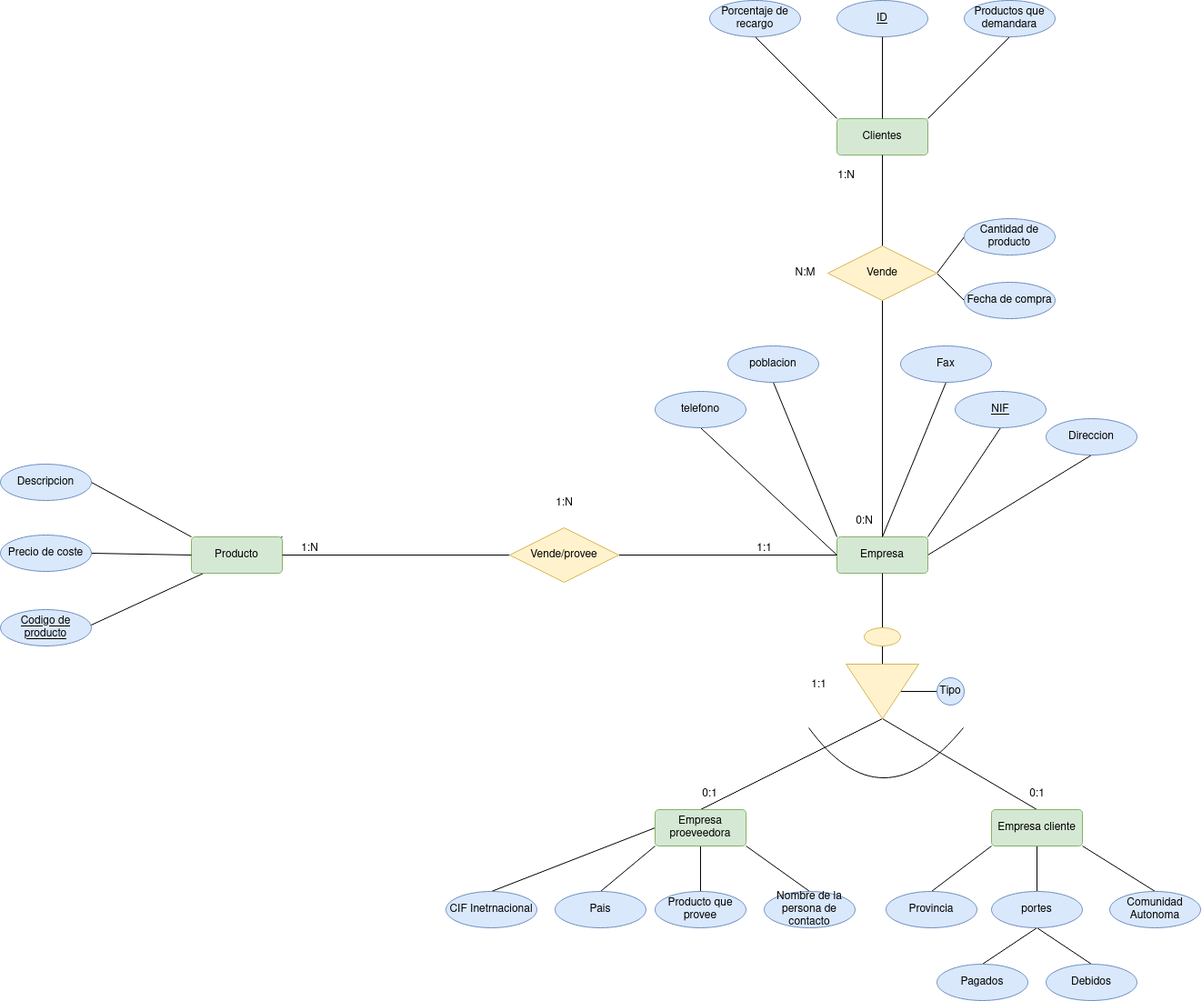
The draw.io diagram Unidad-1/Tareas/Tarea-evaluable-4/tarea-evaluable-4.drawio.png in DavidRiccio/base-datos, before a commit. Source tidied: cells renumbered, new cells last; positions are measured from the earlier drawing's top-left corner, leaving out a move shared by most shapes.
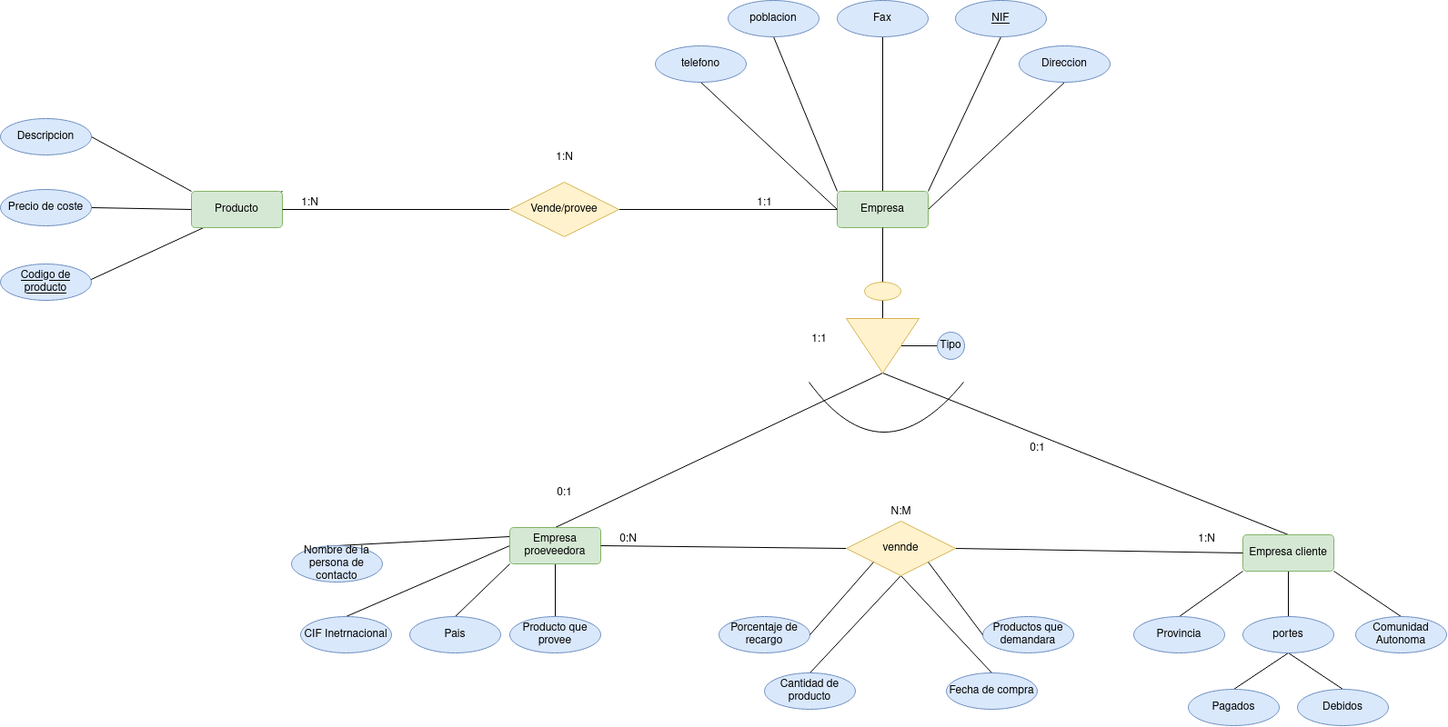
After the change.

What changed in the source:
```diff
@@ -39,22 +39,25 @@
       <mxGeometry relative="1" as="geometry" />
     </mxCell>
     <mxCell id="14" value="Empresa cliente" style="rounded=1;arcSize=10;whiteSpace=wrap;html=1;align=center;fillColor=#d5e8d4;strokeColor=#82b366;" parent="1" vertex="1">
-      <mxGeometry x="1090" y="890" width="100" height="40" as="geometry" />
+      <mxGeometry x="1366" y="968" width="100" height="40" as="geometry" />
     </mxCell>
     <mxCell id="15" style="rounded=0;jettySize=auto;html=1;exitX=0;exitY=0.5;exitDx=0;exitDy=0;entryX=0.5;entryY=0;entryDx=0;entryDy=0;endArrow=none;endFill=0;" parent="1" edge="1" source="19" target="34">
       <mxGeometry relative="1" as="geometry" />
     </mxCell>
-    <mxCell id="16" style="rounded=0;jettySize=auto;html=1;exitX=1;exitY=1;exitDx=0;exitDy=0;entryX=0.5;entryY=0;entryDx=0;entryDy=0;endArrow=none;endFill=0;" parent="1" edge="1" source="19" target="35">
+    <mxCell id="16" style="rounded=0;jettySize=auto;html=1;exitX=0;exitY=0.25;exitDx=0;exitDy=0;entryX=0.5;entryY=0;entryDx=0;entryDy=0;endArrow=none;endFill=0;" parent="1" edge="1" source="19" target="35">
       <mxGeometry relative="1" as="geometry" />
     </mxCell>
     <mxCell id="17" style="rounded=0;jettySize=auto;html=1;exitX=0;exitY=1;exitDx=0;exitDy=0;entryX=0.5;entryY=0;entryDx=0;entryDy=0;fillColor=#dae8fc;strokeColor=#000000;endArrow=none;endFill=0;" parent="1" edge="1" source="19" target="59">
       <mxGeometry relative="1" as="geometry" />
     </mxCell>
-    <mxCell id="18" style="edgeStyle=orthogonalEdgeStyle;rounded=0;jettySize=auto;html=1;exitX=0.5;exitY=1;exitDx=0;exitDy=0;entryX=0.5;entryY=0;entryDx=0;entryDy=0;endArrow=none;endFill=0;" parent="1" edge="1" source="19" target="60">
+    <mxCell id="18" style="rounded=0;jettySize=auto;html=1;exitX=0.5;exitY=1;exitDx=0;exitDy=0;entryX=0.5;entryY=0;entryDx=0;entryDy=0;endArrow=none;endFill=0;" parent="1" edge="1" source="19" target="60">
       <mxGeometry relative="1" as="geometry" />
     </mxCell>
+    <mxCell id="74" style="rounded=0;jettySize=auto;html=1;exitX=1;exitY=0.5;exitDx=0;exitDy=0;entryX=0;entryY=0.5;entryDx=0;entryDy=0;endArrow=none;endFill=0;" parent="1" edge="1" source="76" target="14">
+      <mxGeometry relative="1" as="geometry" />
+    </mxCell>
     <mxCell id="19" value="Empresa proeveedora" style="rounded=1;arcSize=10;whiteSpace=wrap;html=1;align=center;fillColor=#d5e8d4;strokeColor=#82b366;" parent="1" vertex="1">
-      <mxGeometry x="720" y="890" width="100" height="40" as="geometry" />
+      <mxGeometry x="560" y="960" width="100" height="40" as="geometry" />
     </mxCell>
     <mxCell id="20" style="edgeStyle=orthogonalEdgeStyle;rounded=0;jettySize=auto;html=1;endArrow=none;endFill=0;" parent="1" edge="1" source="21">
       <mxGeometry relative="1" as="geometry">
@@ -68,10 +71,10 @@
       <mxGeometry x="1030" y="745" width="30" height="30" as="geometry" />
     </mxCell>
     <mxCell id="23" value="NIF" style="ellipse;whiteSpace=wrap;html=1;align=center;fontStyle=4;fillColor=#dae8fc;strokeColor=#6c8ebf;" parent="1" vertex="1">
-      <mxGeometry x="1050" y="430" width="100" height="40" as="geometry" />
+      <mxGeometry x="1050" y="380" width="100" height="40" as="geometry" />
     </mxCell>
     <mxCell id="24" value="Direccion" style="ellipse;whiteSpace=wrap;html=1;align=center;fillColor=#dae8fc;strokeColor=#6c8ebf;" parent="1" vertex="1">
-      <mxGeometry x="1150" y="460" width="100" height="40" as="geometry" />
+      <mxGeometry x="1120" y="430" width="100" height="40" as="geometry" />
     </mxCell>
     <mxCell id="25" value="poblacion" style="ellipse;whiteSpace=wrap;html=1;align=center;fillColor=#dae8fc;strokeColor=#6c8ebf;" parent="1" vertex="1">
       <mxGeometry x="800" y="380" width="100" height="40" as="geometry" />
@@ -80,10 +83,10 @@
       <mxGeometry x="720" y="430" width="100" height="40" as="geometry" />
     </mxCell>
     <mxCell id="27" value="Comunidad Autonoma" style="ellipse;whiteSpace=wrap;html=1;align=center;fillColor=#dae8fc;strokeColor=#6c8ebf;" parent="1" vertex="1">
-      <mxGeometry x="1220" y="980" width="100" height="40" as="geometry" />
+      <mxGeometry x="1490" y="1058" width="100" height="40" as="geometry" />
     </mxCell>
     <mxCell id="28" value="Provincia" style="ellipse;whiteSpace=wrap;html=1;align=center;fillColor=#dae8fc;strokeColor=#6c8ebf;" parent="1" vertex="1">
-      <mxGeometry x="974" y="980" width="100" height="40" as="geometry" />
+      <mxGeometry x="1246" y="1058" width="100" height="40" as="geometry" />
     </mxCell>
     <mxCell id="29" style="rounded=0;jettySize=auto;html=1;exitX=0.5;exitY=1;exitDx=0;exitDy=0;entryX=0.5;entryY=0;entryDx=0;entryDy=0;fillColor=#dae8fc;strokeColor=#000000;endArrow=none;endFill=0;" parent="1" edge="1" source="31" target="33">
       <mxGeometry relative="1" as="geometry" />
@@ -92,19 +95,19 @@
       <mxGeometry relative="1" as="geometry" />
     </mxCell>
     <mxCell id="31" value="portes" style="ellipse;whiteSpace=wrap;html=1;align=center;fillColor=#dae8fc;strokeColor=#6c8ebf;" parent="1" vertex="1">
-      <mxGeometry x="1090" y="980" width="100" height="40" as="geometry" />
+      <mxGeometry x="1366" y="1058" width="100" height="40" as="geometry" />
     </mxCell>
     <mxCell id="32" value="Debidos" style="ellipse;whiteSpace=wrap;html=1;align=center;fillColor=#dae8fc;strokeColor=#6c8ebf;" parent="1" vertex="1">
-      <mxGeometry x="1150" y="1060" width="100" height="40" as="geometry" />
+      <mxGeometry x="1426" y="1138" width="100" height="40" as="geometry" />
     </mxCell>
     <mxCell id="33" value="Pagados" style="ellipse;whiteSpace=wrap;html=1;align=center;fillColor=#dae8fc;strokeColor=#6c8ebf;" parent="1" vertex="1">
-      <mxGeometry x="1030" y="1060" width="100" height="40" as="geometry" />
+      <mxGeometry x="1306" y="1138" width="100" height="40" as="geometry" />
     </mxCell>
     <mxCell id="34" value="CIF Inetrnacional " style="ellipse;whiteSpace=wrap;html=1;align=center;fillColor=#dae8fc;strokeColor=#6c8ebf;" parent="1" vertex="1">
-      <mxGeometry x="490" y="980" width="100" height="40" as="geometry" />
+      <mxGeometry x="330" y="1058" width="100" height="40" as="geometry" />
     </mxCell>
     <mxCell id="35" value="Nombre de la persona de contacto" style="ellipse;whiteSpace=wrap;html=1;align=center;fillColor=#dae8fc;strokeColor=#6c8ebf;" parent="1" vertex="1">
-      <mxGeometry x="840" y="980" width="100" height="40" as="geometry" />
+      <mxGeometry x="320" y="980" width="100" height="40" as="geometry" />
     </mxCell>
     <mxCell id="36" style="rounded=0;jettySize=auto;html=1;exitX=0;exitY=0;exitDx=0;exitDy=0;entryX=1;entryY=0.5;entryDx=0;entryDy=0;endArrow=none;endFill=0;" parent="1" edge="1" source="38" target="46">
       <mxGeometry relative="1" as="geometry" />
@@ -151,56 +154,40 @@
     <mxCell id="48" value="Precio de coste" style="ellipse;whiteSpace=wrap;html=1;align=center;fillColor=#dae8fc;strokeColor=#6c8ebf;" parent="1" vertex="1">
       <mxGeometry y="588" width="100" height="40" as="geometry" />
     </mxCell>
-    <mxCell id="49" style="rounded=0;jettySize=auto;html=1;exitX=1;exitY=0;exitDx=0;exitDy=0;entryX=0.5;entryY=1;entryDx=0;entryDy=0;endArrow=none;endFill=0;" parent="1" edge="1" source="51" target="57">
-      <mxGeometry relative="1" as="geometry" />
-    </mxCell>
-    <mxCell id="50" style="rounded=0;jettySize=auto;html=1;exitX=0;exitY=0;exitDx=0;exitDy=0;entryX=0.5;entryY=1;entryDx=0;entryDy=0;endArrow=none;endFill=0;" parent="1" edge="1" source="51" target="56">
-      <mxGeometry relative="1" as="geometry" />
-    </mxCell>
-    <mxCell id="51" value="Clientes" style="rounded=1;arcSize=10;whiteSpace=wrap;html=1;align=center;fillColor=#d5e8d4;strokeColor=#82b366;" parent="1" vertex="1">
-      <mxGeometry x="920" y="130" width="100" height="40" as="geometry" />
-    </mxCell>
-    <mxCell id="52" style="endArrow=none;html=1;rounded=0;exitX=0.5;exitY=0;exitDx=0;exitDy=0;entryX=0.5;entryY=1;entryDx=0;entryDy=0;" parent="1" edge="1" source="10" target="51">
-      <mxGeometry relative="1" as="geometry" />
-    </mxCell>
-    <mxCell id="53" style="rounded=0;jettySize=auto;html=1;exitX=1;exitY=0.5;exitDx=0;exitDy=0;entryX=0;entryY=0.5;entryDx=0;entryDy=0;endArrow=none;endFill=0;" parent="1" edge="1" source="55" target="62">
+    <mxCell id="53" style="rounded=0;jettySize=auto;html=1;exitX=0.5;exitY=1;exitDx=0;exitDy=0;entryX=0.5;entryY=0;entryDx=0;entryDy=0;endArrow=none;endFill=0;" parent="1" edge="1" source="76" target="62">
       <mxGeometry relative="1" as="geometry" />
     </mxCell>
-    <mxCell id="54" style="rounded=0;jettySize=auto;html=1;entryX=0;entryY=0.5;entryDx=0;entryDy=0;endArrow=none;endFill=0;exitX=1;exitY=0.5;exitDx=0;exitDy=0;" parent="1" edge="1" source="55" target="61">
+    <mxCell id="54" style="rounded=0;jettySize=auto;html=1;entryX=0.5;entryY=0;entryDx=0;entryDy=0;endArrow=none;endFill=0;exitX=0.5;exitY=1;exitDx=0;exitDy=0;" parent="1" edge="1" source="76" target="61">
       <mxGeometry relative="1" as="geometry" />
     </mxCell>
-    <mxCell id="55" value="Vende" style="shape=rhombus;perimeter=rhombusPerimeter;whiteSpace=wrap;html=1;align=center;fillColor=#fff2cc;strokeColor=#d6b656;" parent="1" vertex="1">
-      <mxGeometry x="910" y="270" width="120" height="60" as="geometry" />
-    </mxCell>
     <mxCell id="56" value="Porcentaje de recargo " style="ellipse;whiteSpace=wrap;html=1;align=center;fillColor=#dae8fc;strokeColor=#6c8ebf;" parent="1" vertex="1">
-      <mxGeometry x="780" width="100" height="40" as="geometry" />
+      <mxGeometry x="790" y="1058" width="100" height="40" as="geometry" />
     </mxCell>
     <mxCell id="57" value="Productos que demandara" style="ellipse;whiteSpace=wrap;html=1;align=center;fillColor=#dae8fc;strokeColor=#6c8ebf;" parent="1" vertex="1">
-      <mxGeometry x="1060" width="100" height="40" as="geometry" />
+      <mxGeometry x="1080" y="1058" width="100" height="40" as="geometry" />
     </mxCell>
     <mxCell id="58" value="Fax" style="ellipse;whiteSpace=wrap;html=1;align=center;fillColor=#dae8fc;strokeColor=#6c8ebf;" parent="1" vertex="1">
-      <mxGeometry x="990" y="380" width="100" height="40" as="geometry" />
+      <mxGeometry x="920" y="380" width="100" height="40" as="geometry" />
     </mxCell>
     <mxCell id="59" value="Pais" style="ellipse;whiteSpace=wrap;html=1;align=center;fillColor=#dae8fc;strokeColor=#6c8ebf;" parent="1" vertex="1">
-      <mxGeometry x="610" y="980" width="100" height="40" as="geometry" />
+      <mxGeometry x="450" y="1058" width="100" height="40" as="geometry" />
     </mxCell>
     <mxCell id="60" value="Producto que provee" style="ellipse;whiteSpace=wrap;html=1;align=center;fillColor=#dae8fc;strokeColor=#6c8ebf;" parent="1" vertex="1">
-      <mxGeometry x="720" y="980" width="100" height="40" as="geometry" />
+      <mxGeometry x="560" y="1058" width="100" height="40" as="geometry" />
     </mxCell>
     <mxCell id="61" value="Cantidad de producto" style="ellipse;whiteSpace=wrap;html=1;align=center;fillColor=#dae8fc;strokeColor=#6c8ebf;" parent="1" vertex="1">
-      <mxGeometry x="1060" y="240" width="100" height="40" as="geometry" />
+      <mxGeometry x="840" y="1120" width="100" height="40" as="geometry" />
     </mxCell>
     <mxCell id="62" value="Fecha de compra" style="ellipse;whiteSpace=wrap;html=1;align=center;fillColor=#dae8fc;strokeColor=#6c8ebf;" parent="1" vertex="1">
-      <mxGeometry x="1060" y="310" width="100" height="40" as="geometry" />
+      <mxGeometry x="1040" y="1120" width="100" height="40" as="geometry" />
     </mxCell>
-    <mxCell id="63" value="ID" style="ellipse;whiteSpace=wrap;html=1;align=center;fontStyle=4;fillColor=#dae8fc;strokeColor=#6c8ebf;" parent="1" vertex="1">
-      <mxGeometry x="920" width="100" height="40" as="geometry" />
-    </mxCell>
-    <mxCell id="64" style="endArrow=none;html=1;rounded=0;exitX=0.5;exitY=1;exitDx=0;exitDy=0;entryX=0.5;entryY=0;entryDx=0;entryDy=0;" parent="1" edge="1" source="63" target="51">
-      <mxGeometry relative="1" as="geometry" />
+    <mxCell id="64" style="endArrow=none;html=1;rounded=0;exitX=0.5;exitY=1;exitDx=0;exitDy=0;entryX=0.5;entryY=0;entryDx=0;entryDy=0;" parent="1" edge="1" source="x">
+      <mxGeometry relative="1" as="geometry">
+        <mxPoint x="970" y="130" as="targetPoint" />
+      </mxGeometry>
     </mxCell>
     <mxCell id="65" value="0:1" style="text;html=1;align=center;verticalAlign=middle;strokeColor=none;fillColor=none;" parent="1" vertex="1">
-      <mxGeometry x="760" y="858" width="40" height="30" as="geometry" />
+      <mxGeometry x="600" y="907" width="40" height="30" as="geometry" />
     </mxCell>
     <mxCell id="66" value="0:1" style="text;html=1;align=center;verticalAlign=middle;strokeColor=none;fillColor=none;" parent="1" vertex="1">
       <mxGeometry x="1120" y="858" width="40" height="30" as="geometry" />
@@ -217,14 +204,26 @@
     <mxCell id="70" value="1:N" style="text;html=1;align=center;verticalAlign=middle;strokeColor=none;fillColor=none;" parent="1" vertex="1">
       <mxGeometry x="600" y="538" width="40" height="30" as="geometry" />
     </mxCell>
+    <mxCell id="75" style="rounded=0;jettySize=auto;html=1;exitX=1;exitY=0.5;exitDx=0;exitDy=0;entryX=0;entryY=0.5;entryDx=0;entryDy=0;endArrow=none;endFill=0;" parent="1" edge="1" source="19" target="76">
+      <mxGeometry relative="1" as="geometry" />
+    </mxCell>
+    <mxCell id="76" value="vennde" style="shape=rhombus;perimeter=rhombusPerimeter;whiteSpace=wrap;html=1;align=center;fillColor=#fff2cc;strokeColor=#d6b656;" parent="1" vertex="1">
+      <mxGeometry x="930" y="953" width="120" height="60" as="geometry" />
+    </mxCell>
+    <mxCell id="77" style="endArrow=none;html=1;rounded=0;entryX=0;entryY=0.5;entryDx=0;entryDy=0;exitX=1;exitY=1;exitDx=0;exitDy=0;" parent="1" edge="1" source="76" target="57">
+      <mxGeometry relative="1" as="geometry" />
+    </mxCell>
+    <mxCell id="78" style="endArrow=none;html=1;rounded=0;exitX=1;exitY=0.5;exitDx=0;exitDy=0;entryX=0;entryY=1;entryDx=0;entryDy=0;" parent="1" edge="1" source="56" target="76">
+      <mxGeometry relative="1" as="geometry" />
+    </mxCell>
     <mxCell id="71" value="1:N" style="text;html=1;align=center;verticalAlign=middle;strokeColor=none;fillColor=none;" parent="1" vertex="1">
-      <mxGeometry x="910" y="178" width="40" height="30" as="geometry" />
+      <mxGeometry x="1306" y="958" width="40" height="30" as="geometry" />
     </mxCell>
+    <mxCell id="73" value="0:N" style="text;html=1;align=center;verticalAlign=middle;strokeColor=none;fillColor=none;" parent="1" vertex="1">
+      <mxGeometry x="670" y="958" width="40" height="30" as="geometry" />
+    </mxCell>
     <mxCell id="72" value="N:M" style="text;html=1;align=center;verticalAlign=middle;strokeColor=none;fillColor=none;" parent="1" vertex="1">
-      <mxGeometry x="860" y="285" width="50" height="30" as="geometry" />
+      <mxGeometry x="965" y="928" width="50" height="30" as="geometry" />
     </mxCell>
-    <mxCell id="73" value="0:N" style="text;html=1;align=center;verticalAlign=middle;strokeColor=none;fillColor=none;" parent="1" vertex="1">
-      <mxGeometry x="930" y="558" width="40" height="30" as="geometry" />
-    </mxCell>
   </root>
 </mxGraphModel>
```
